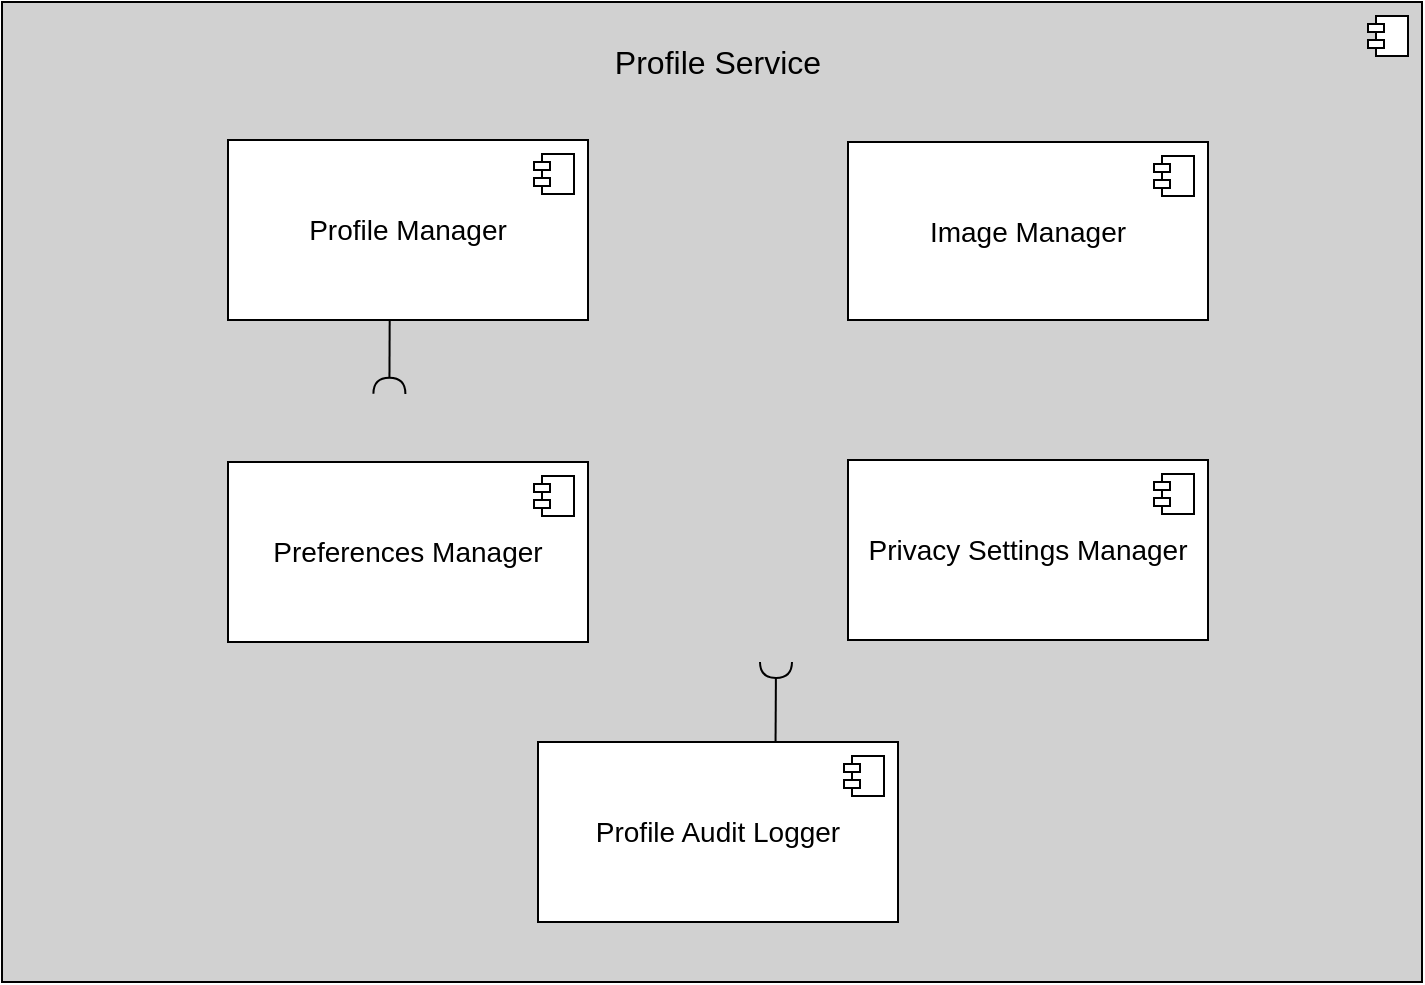
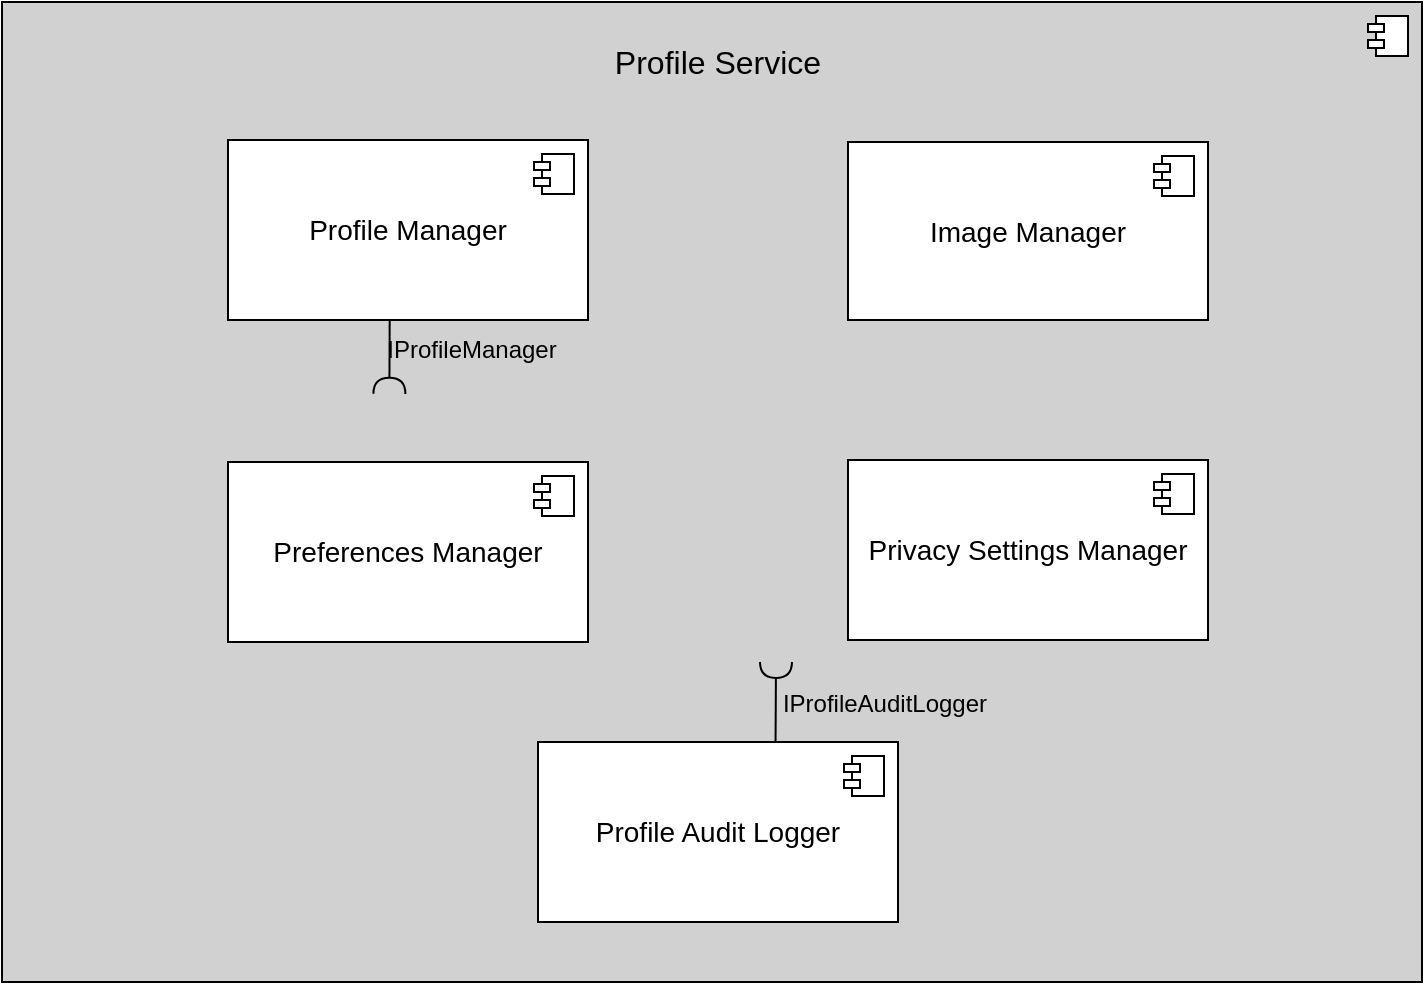
<mxfile host="app.diagrams.net">
  <diagram name="Page-1" id="Py3juHFD58z0cr8qg1av">
    <mxGraphModel dx="1030" dy="623" grid="1" gridSize="10" guides="1" tooltips="1" connect="1" arrows="1" fold="1" page="1" pageScale="1" pageWidth="850" pageHeight="1100" background="#ffffff" math="0" shadow="0">
      <root>
        <mxCell id="0" />
        <mxCell id="1" parent="0" />
        <mxCell id="z4I_hjOBN-ivAa0aqsfb-10" parent="1" style="html=1;dropTarget=0;whiteSpace=wrap;fillColor=#D1D1D1;" value="" vertex="1">
          <mxGeometry height="490" width="710" x="75" y="20" as="geometry" />
        </mxCell>
        <mxCell id="z4I_hjOBN-ivAa0aqsfb-11" parent="z4I_hjOBN-ivAa0aqsfb-10" style="shape=module;jettyWidth=8;jettyHeight=4;" value="" vertex="1">
          <mxGeometry height="20" relative="1" width="20" x="1" as="geometry">
            <mxPoint x="-27" y="7" as="offset" />
          </mxGeometry>
        </mxCell>
        <mxCell id="tTuNCI0Hu_eXMR3PhzNZ-4" parent="1" style="ellipse;whiteSpace=wrap;html=1;align=center;aspect=fixed;fillColor=none;strokeColor=none;resizable=0;perimeter=centerPerimeter;rotatable=0;allowArrows=0;points=[];outlineConnect=1;" value="" vertex="1">
          <mxGeometry height="10" width="10" x="440" y="200" as="geometry" />
        </mxCell>
        <mxCell id="AhYmS4d0D3Z7Zr6uvmVJ-4" parent="1" style="text;html=1;whiteSpace=wrap;strokeColor=none;fillColor=none;align=center;verticalAlign=middle;rounded=0;fontSize=16;" value="&lt;font face=&quot;Arial&quot;&gt;Profile Service&lt;/font&gt;" vertex="1">
          <mxGeometry height="40" width="130" x="368" y="30" as="geometry" />
        </mxCell>
        <mxCell id="z4I_hjOBN-ivAa0aqsfb-2" parent="1" style="html=1;dropTarget=0;whiteSpace=wrap;" value="&lt;font face=&quot;Arial&quot;&gt;&lt;span style=&quot;font-size: 14px;&quot;&gt;Profile Manager&lt;/span&gt;&lt;/font&gt;" vertex="1">
          <mxGeometry height="90" width="180" x="188" y="89" as="geometry" />
        </mxCell>
        <mxCell id="z4I_hjOBN-ivAa0aqsfb-3" parent="z4I_hjOBN-ivAa0aqsfb-2" style="shape=module;jettyWidth=8;jettyHeight=4;" value="" vertex="1">
          <mxGeometry height="20" relative="1" width="20" x="1" as="geometry">
            <mxPoint x="-27" y="7" as="offset" />
          </mxGeometry>
        </mxCell>
        <mxCell id="z4I_hjOBN-ivAa0aqsfb-4" parent="1" style="html=1;dropTarget=0;whiteSpace=wrap;" value="&lt;div&gt;&lt;font face=&quot;Arial&quot;&gt;&lt;span style=&quot;font-size: 14px;&quot;&gt;Preferences Manager&lt;/span&gt;&lt;/font&gt;&lt;/div&gt;" vertex="1">
          <mxGeometry height="90" width="180" x="188" y="250" as="geometry" />
        </mxCell>
        <mxCell id="z4I_hjOBN-ivAa0aqsfb-5" parent="z4I_hjOBN-ivAa0aqsfb-4" style="shape=module;jettyWidth=8;jettyHeight=4;" value="" vertex="1">
          <mxGeometry height="20" relative="1" width="20" x="1" as="geometry">
            <mxPoint x="-27" y="7" as="offset" />
          </mxGeometry>
        </mxCell>
        <mxCell id="z4I_hjOBN-ivAa0aqsfb-6" parent="1" style="html=1;dropTarget=0;whiteSpace=wrap;" value="&lt;span style=&quot;font-size: 14px;&quot;&gt;Privacy Settings Manager&lt;/span&gt;" vertex="1">
          <mxGeometry height="90" width="180" x="498" y="249" as="geometry" />
        </mxCell>
        <mxCell id="z4I_hjOBN-ivAa0aqsfb-7" parent="z4I_hjOBN-ivAa0aqsfb-6" style="shape=module;jettyWidth=8;jettyHeight=4;" value="" vertex="1">
          <mxGeometry height="20" relative="1" width="20" x="1" as="geometry">
            <mxPoint x="-27" y="7" as="offset" />
          </mxGeometry>
        </mxCell>
        <mxCell id="z4I_hjOBN-ivAa0aqsfb-8" parent="1" style="html=1;dropTarget=0;whiteSpace=wrap;" value="&lt;font style=&quot;font-size: 14px;&quot; face=&quot;Arial&quot; data-font-src=&quot;https://fonts.googleapis.com/css?family=Arial&quot;&gt;Image Manager&lt;/font&gt;" vertex="1">
          <mxGeometry height="89" width="180" x="498" y="90" as="geometry" />
        </mxCell>
        <mxCell id="z4I_hjOBN-ivAa0aqsfb-9" parent="z4I_hjOBN-ivAa0aqsfb-8" style="shape=module;jettyWidth=8;jettyHeight=4;" value="" vertex="1">
          <mxGeometry height="20" relative="1" width="20" x="1" as="geometry">
            <mxPoint x="-27" y="7" as="offset" />
          </mxGeometry>
        </mxCell>
        <mxCell id="FxNRL7uggNpci9tqDA-o-2" parent="1" style="html=1;dropTarget=0;whiteSpace=wrap;" value="&lt;font face=&quot;Arial&quot;&gt;&lt;span style=&quot;font-size: 14px;&quot;&gt;Profile Audit Logger&lt;/span&gt;&lt;/font&gt;" vertex="1">
          <mxGeometry height="90" width="180" x="343" y="390" as="geometry" />
        </mxCell>
        <mxCell id="FxNRL7uggNpci9tqDA-o-3" parent="FxNRL7uggNpci9tqDA-o-2" style="shape=module;jettyWidth=8;jettyHeight=4;" value="" vertex="1">
          <mxGeometry height="20" relative="1" width="20" x="1" as="geometry">
            <mxPoint x="-27" y="7" as="offset" />
          </mxGeometry>
        </mxCell>
        <mxCell id="FxNRL7uggNpci9tqDA-o-7" parent="1" style="ellipse;whiteSpace=wrap;html=1;align=center;aspect=fixed;fillColor=none;strokeColor=none;resizable=0;perimeter=centerPerimeter;rotatable=0;allowArrows=0;points=[];outlineConnect=1;" value="" vertex="1">
          <mxGeometry height="10" width="10" x="406" y="339" as="geometry" />
        </mxCell>
        <mxCell id="FxNRL7uggNpci9tqDA-o-18" parent="1" style="ellipse;whiteSpace=wrap;html=1;align=center;aspect=fixed;fillColor=none;strokeColor=none;resizable=0;perimeter=centerPerimeter;rotatable=0;allowArrows=0;points=[];outlineConnect=1;" value="" vertex="1">
          <mxGeometry height="10" width="10" x="410" y="366" as="geometry" />
        </mxCell>
        <mxCell id="FxNRL7uggNpci9tqDA-o-20" parent="1" style="ellipse;whiteSpace=wrap;html=1;align=center;aspect=fixed;fillColor=none;strokeColor=none;resizable=0;perimeter=centerPerimeter;rotatable=0;allowArrows=0;points=[];outlineConnect=1;" value="" vertex="1">
          <mxGeometry height="10" width="10" x="390" y="330" as="geometry" />
        </mxCell>
        <mxCell id="FxNRL7uggNpci9tqDA-o-25" parent="1" style="ellipse;whiteSpace=wrap;html=1;align=center;aspect=fixed;fillColor=none;strokeColor=none;resizable=0;perimeter=centerPerimeter;rotatable=0;allowArrows=0;points=[];outlineConnect=1;" value="" vertex="1">
          <mxGeometry height="10" width="10" x="390" y="230" as="geometry" />
        </mxCell>
        <mxCell id="FxNRL7uggNpci9tqDA-o-27" edge="1" parent="1" style="rounded=0;orthogonalLoop=1;jettySize=auto;html=1;endArrow=halfCircle;endFill=0;endSize=6;strokeWidth=1;sketch=0;fontSize=12;curved=1;exitX=0.438;exitY=1.042;exitDx=0;exitDy=0;exitPerimeter=0;entryX=0.27;entryY=0.408;entryDx=0;entryDy=0;entryPerimeter=0;" value="">
          <mxGeometry relative="1" as="geometry">
            <mxPoint x="268.8399999999999" y="178.77999999999997" as="sourcePoint" />
            <mxPoint x="268.70000000000005" y="215.91999999999996" as="targetPoint" />
          </mxGeometry>
        </mxCell>
        <mxCell id="FxNRL7uggNpci9tqDA-o-28" parent="1" style="ellipse;whiteSpace=wrap;html=1;align=center;aspect=fixed;fillColor=none;strokeColor=none;resizable=0;perimeter=centerPerimeter;rotatable=0;allowArrows=0;points=[];outlineConnect=1;" value="" vertex="1">
          <mxGeometry height="10" width="10" x="430" y="270" as="geometry" />
        </mxCell>
        <mxCell id="FxNRL7uggNpci9tqDA-o-29" edge="1" parent="1" style="rounded=0;orthogonalLoop=1;jettySize=auto;html=1;endArrow=halfCircle;endFill=0;endSize=6;strokeWidth=1;sketch=0;fontSize=12;curved=1;exitX=0.621;exitY=0;exitDx=0;exitDy=0;exitPerimeter=0;" value="">
          <mxGeometry relative="1" as="geometry">
            <mxPoint x="461.78" y="390" as="sourcePoint" />
            <mxPoint x="462" y="350" as="targetPoint" />
          </mxGeometry>
        </mxCell>
        <mxCell id="FxNRL7uggNpci9tqDA-o-30" parent="1" style="ellipse;whiteSpace=wrap;html=1;align=center;aspect=fixed;fillColor=none;strokeColor=none;resizable=0;perimeter=centerPerimeter;rotatable=0;allowArrows=0;points=[];outlineConnect=1;" value="" vertex="1">
          <mxGeometry height="10" width="10" x="440" y="270" as="geometry" />
        </mxCell>
+         <mxCell id="FxNRL7uggNpci9tqDA-o-32" parent="1" style="text;html=1;whiteSpace=wrap;strokeColor=none;fillColor=none;align=center;verticalAlign=middle;rounded=0;" value="IProfileManager" vertex="1">
+           <mxGeometry height="30" width="80" x="270" y="179" as="geometry" />
+         </mxCell>
+         <mxCell id="FxNRL7uggNpci9tqDA-o-34" parent="1" style="text;html=1;whiteSpace=wrap;strokeColor=none;fillColor=none;align=center;verticalAlign=middle;rounded=0;" value="IProfileAuditLogger" vertex="1">
+           <mxGeometry height="30" width="107" x="463" y="356" as="geometry" />
+         </mxCell>
      </root>
    </mxGraphModel>
  </diagram>
</mxfile>
